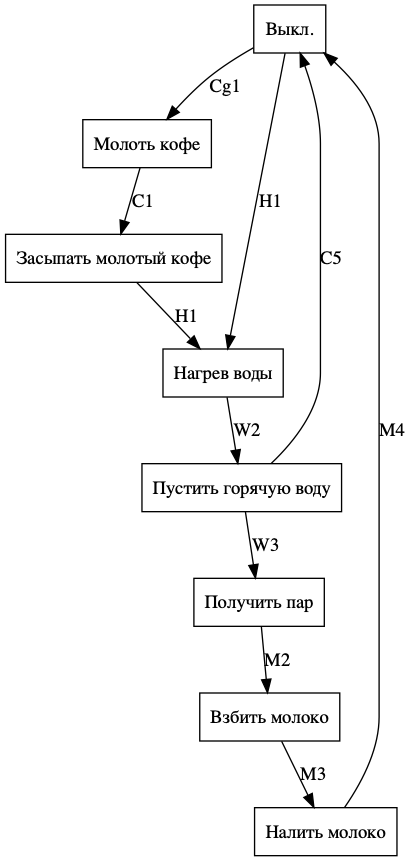
Before: lab_05/Канал_управления.png, a diagram exported from Graphviz (bmstu-ics7/object-oriented-programming). Its source is kept beside it as lab_05/Канал_управления.gv. Its diagram source:
```dot
digraph {
    off [shape=box, label="Выкл."]
    mol [shape=box, label="Молоть кофе"]
    pour [shape=box, label="Засыпать молотый кофе"]
    hot [shape=box, label="Нагрев воды"]
    water [shape=box, label="Пустить горячую воду"]
    cloud [shape=box, label="Получить пар"]
    milk [shape=box, label="Взбить молоко"]
    milkpour [shape=box, label="Налить молоко"]

    off -> mol [label="Cg1"]
    mol -> pour [label="C1"]
    pour -> hot [label="H1"]
    off -> hot [label="H1"]
    hot -> water [label="W2"]
    water -> off [label="C5"]
    water -> cloud [label="W3"]
    cloud -> milk [label="M2"]
    milk -> milkpour [label="M3"]
    milkpour -> off [label="M4"]
}
```
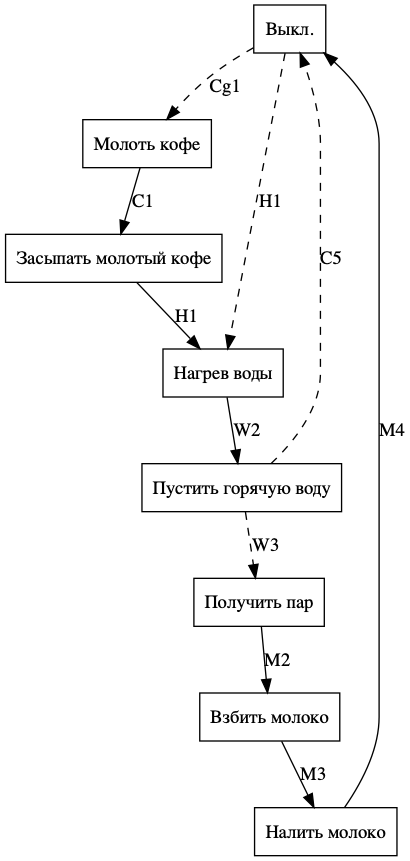
Later version of the same file.

Change to the diagram source:
```diff
@@ -8,13 +8,13 @@
     milk [shape=box, label="Взбить молоко"]
     milkpour [shape=box, label="Налить молоко"]
 
-    off -> mol [label="Cg1"]
+    off -> mol [label="Cg1", style=dashed]
     mol -> pour [label="C1"]
     pour -> hot [label="H1"]
-    off -> hot [label="H1"]
+    off -> hot [label="H1", style=dashed]
     hot -> water [label="W2"]
-    water -> off [label="C5"]
-    water -> cloud [label="W3"]
+    water -> off [label="C5", style=dashed]
+    water -> cloud [label="W3", style=dashed]
     cloud -> milk [label="M2"]
     milk -> milkpour [label="M3"]
     milkpour -> off [label="M4"]
```
